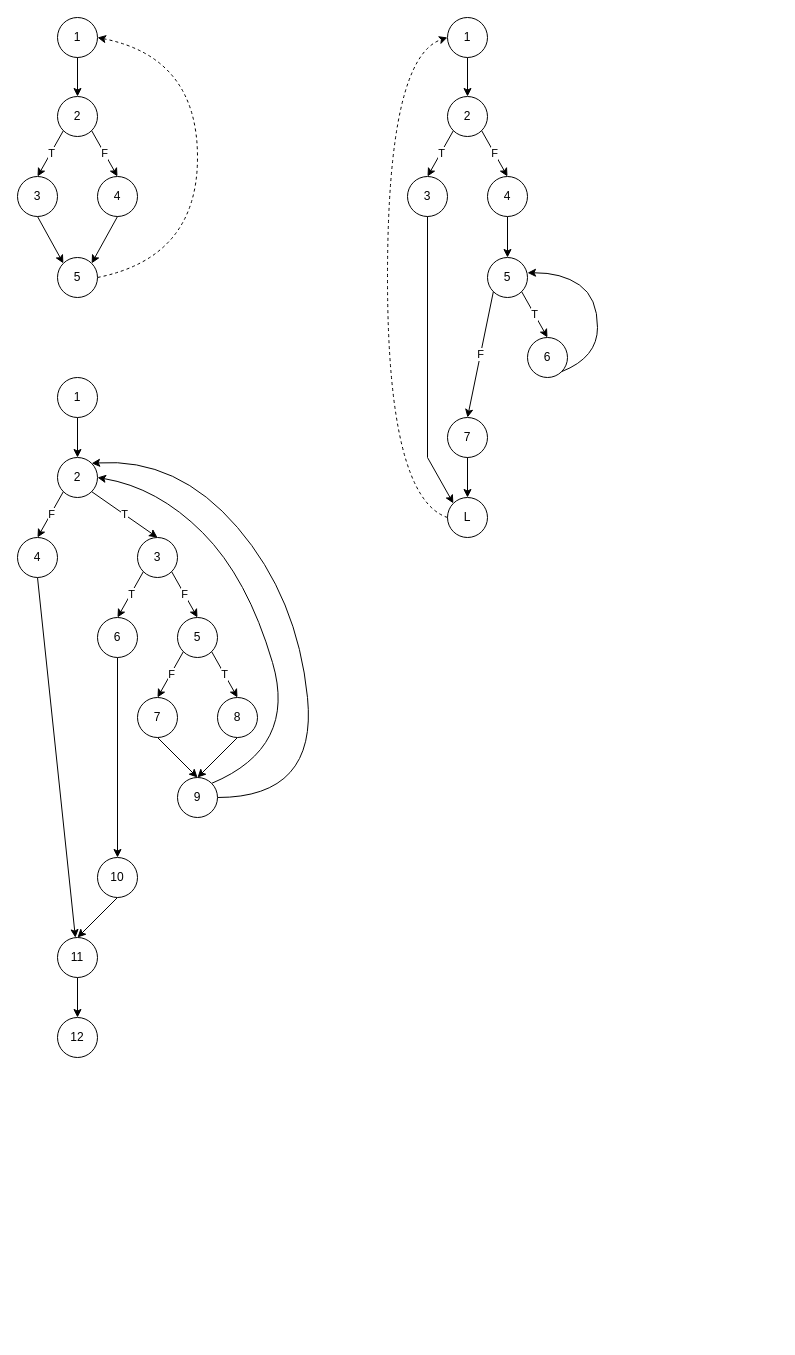
Above: DiagramasContornos.drawio in XurxoMF/XurxoMF (draw.io), before the change. Source tidied: cells renumbered, new cells numbered last; positions are measured from the earlier drawing's top-left corner, leaving out a move shared by most shapes. Both pictures are drawn from the tidied source at 100%, with x=0, y=0 at pixel (17, 17).
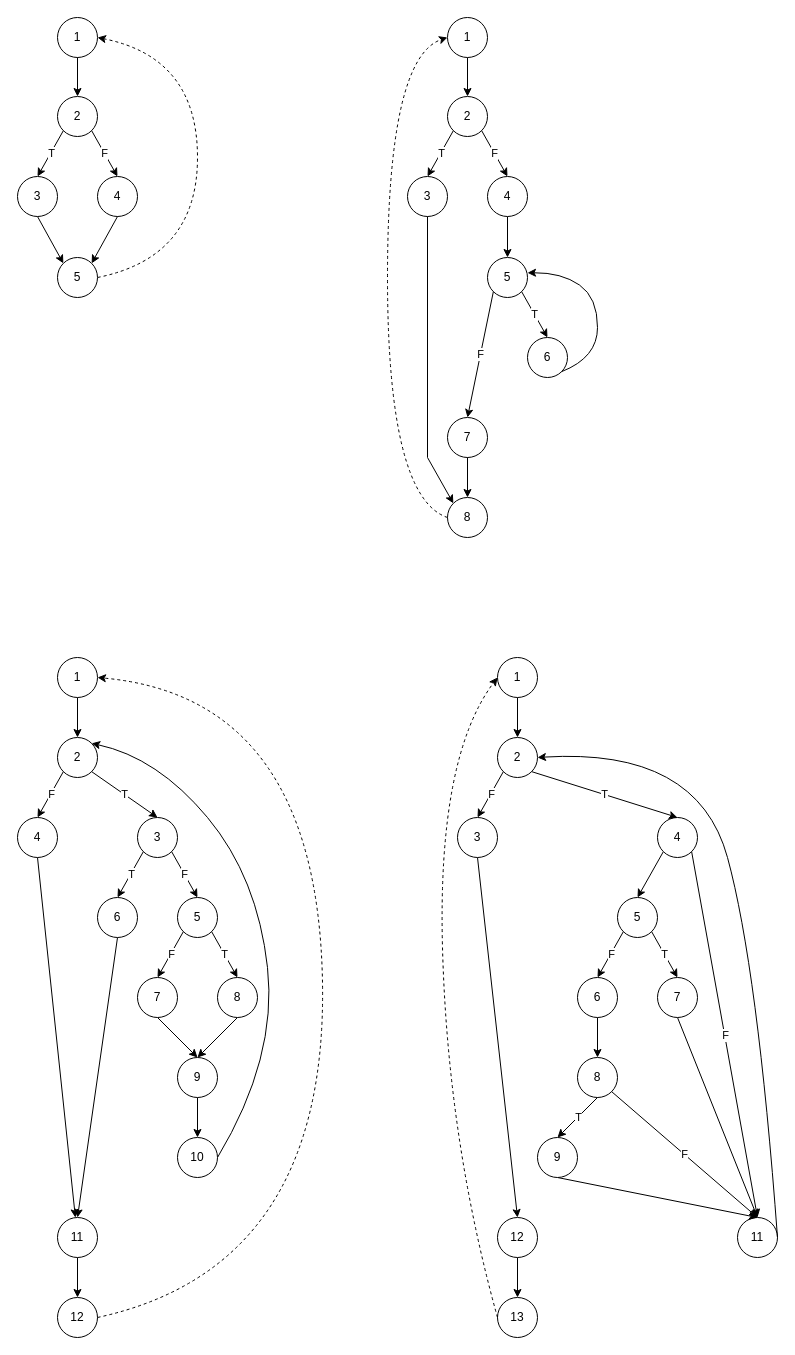
Above is the later version.

Diff of the diagram source:
```diff
@@
-    <mxCell id="15" value="L" style="ellipse;whiteSpace=wrap;html=1;" parent="1" vertex="1">
+    <mxCell id="15" value="8" style="ellipse;whiteSpace=wrap;html=1;" parent="1" vertex="1">
       <mxGeometry x="430" y="480" width="40" height="40" as="geometry" />
     </mxCell>
@@
     <mxCell id="38" value="1" style="ellipse;whiteSpace=wrap;html=1;" parent="1" vertex="1">
-      <mxGeometry x="40" y="360" width="40" height="40" as="geometry" />
+      <mxGeometry x="40" y="640" width="40" height="40" as="geometry" />
     </mxCell>
     <mxCell id="39" value="2" style="ellipse;whiteSpace=wrap;html=1;" parent="1" vertex="1">
-      <mxGeometry x="40" y="440" width="40" height="40" as="geometry" />
+      <mxGeometry x="40" y="720" width="40" height="40" as="geometry" />
     </mxCell>
     <mxCell id="40" value="3" style="ellipse;whiteSpace=wrap;html=1;" parent="1" vertex="1">
-      <mxGeometry x="120" y="520" width="40" height="40" as="geometry" />
+      <mxGeometry x="120" y="800" width="40" height="40" as="geometry" />
     </mxCell>
     <mxCell id="41" value="12" style="ellipse;whiteSpace=wrap;html=1;" parent="1" vertex="1">
-      <mxGeometry x="40" y="1000" width="40" height="40" as="geometry" />
+      <mxGeometry x="40" y="1280" width="40" height="40" as="geometry" />
     </mxCell>
@@
     <mxCell id="43" value="4" style="ellipse;whiteSpace=wrap;html=1;" parent="1" vertex="1">
-      <mxGeometry y="520" width="40" height="40" as="geometry" />
+      <mxGeometry y="800" width="40" height="40" as="geometry" />
     </mxCell>
@@
     <mxCell id="49" value="11" style="ellipse;whiteSpace=wrap;html=1;" parent="1" vertex="1">
-      <mxGeometry x="40" y="920" width="40" height="40" as="geometry" />
+      <mxGeometry x="40" y="1200" width="40" height="40" as="geometry" />
     </mxCell>
-    <mxCell id="50" style="edgeStyle=none;rounded=0;jettySize=auto;html=1;exitX=0.5;exitY=1;exitDx=0;exitDy=0;entryX=0.5;entryY=0;entryDx=0;entryDy=0;" parent="1" edge="1" source="51" target="58">
+    <mxCell id="50" style="edgeStyle=none;rounded=0;jettySize=auto;html=1;exitX=0.5;exitY=1;exitDx=0;exitDy=0;entryX=0.5;entryY=0;entryDx=0;entryDy=0;" parent="1" edge="1" source="51" target="49">
       <mxGeometry relative="1" as="geometry" />
     </mxCell>
     <mxCell id="51" value="6" style="ellipse;whiteSpace=wrap;html=1;" parent="1" vertex="1">
-      <mxGeometry x="80" y="600" width="40" height="40" as="geometry" />
+      <mxGeometry x="80" y="880" width="40" height="40" as="geometry" />
     </mxCell>
     <mxCell id="52" value="5" style="ellipse;whiteSpace=wrap;html=1;" parent="1" vertex="1">
-      <mxGeometry x="160" y="600" width="40" height="40" as="geometry" />
+      <mxGeometry x="160" y="880" width="40" height="40" as="geometry" />
     </mxCell>
@@
-    <mxCell id="57" style="edgeStyle=none;rounded=0;jettySize=auto;html=1;exitX=0.5;exitY=1;exitDx=0;exitDy=0;entryX=0.5;entryY=0;entryDx=0;entryDy=0;" parent="1" edge="1" source="58" target="49">
-      <mxGeometry relative="1" as="geometry" />
-    </mxCell>
-    <mxCell id="58" value="10" style="ellipse;whiteSpace=wrap;html=1;" parent="1" vertex="1">
-      <mxGeometry x="80" y="840" width="40" height="40" as="geometry" />
-    </mxCell>
@@
     <mxCell id="60" value="7" style="ellipse;whiteSpace=wrap;html=1;" parent="1" vertex="1">
-      <mxGeometry x="120" y="680" width="40" height="40" as="geometry" />
+      <mxGeometry x="120" y="960" width="40" height="40" as="geometry" />
     </mxCell>
     <mxCell id="61" style="edgeStyle=none;rounded=0;jettySize=auto;html=1;exitX=0.5;exitY=1;exitDx=0;exitDy=0;" parent="1" edge="1" source="62">
       <mxGeometry relative="1" as="geometry">
-        <mxPoint x="180" y="760" as="targetPoint" />
+        <mxPoint x="180" y="1040" as="targetPoint" />
       </mxGeometry>
     </mxCell>
     <mxCell id="62" value="8" style="ellipse;whiteSpace=wrap;html=1;" parent="1" vertex="1">
-      <mxGeometry x="200" y="680" width="40" height="40" as="geometry" />
+      <mxGeometry x="200" y="960" width="40" height="40" as="geometry" />
     </mxCell>
@@
-    <mxCell id="67" style="curved=1;endArrow=classic;html=1;rounded=0;exitX=1;exitY=0;exitDx=0;exitDy=0;entryX=1;entryY=0.5;entryDx=0;entryDy=0;" parent="1" edge="1" source="69" target="39">
-      <mxGeometry relative="1" as="geometry">
-        <Array as="points">
-          <mxPoint x="280" y="730" />
-          <mxPoint x="230" y="560" />
-          <mxPoint x="140" y="470" />
-        </Array>
-      </mxGeometry>
-    </mxCell>
-    <mxCell id="68" style="curved=1;endArrow=classic;html=1;rounded=0;exitX=1;exitY=0.5;exitDx=0;exitDy=0;entryX=1;entryY=0;entryDx=0;entryDy=0;" parent="1" edge="1" source="69" target="39">
+    <mxCell id="68" style="curved=1;endArrow=classic;html=1;rounded=0;exitX=1;exitY=0.5;exitDx=0;exitDy=0;entryX=1;entryY=0;entryDx=0;entryDy=0;" parent="1" edge="1" source="58" target="39">
       <mxGeometry relative="1" as="geometry">
         <Array as="points">
-          <mxPoint x="300" y="780" />
-          <mxPoint x="280" y="580" />
-          <mxPoint x="160" y="440" />
+          <mxPoint x="260" y="1040" />
+          <mxPoint x="240" y="860" />
+          <mxPoint x="140" y="740" />
         </Array>
       </mxGeometry>
     </mxCell>
+    <mxCell id="70" style="edgeStyle=none;rounded=0;jettySize=auto;html=1;exitX=0.5;exitY=1;exitDx=0;exitDy=0;entryX=0.5;entryY=0;entryDx=0;entryDy=0;" parent="1" edge="1" source="69" target="58">
+      <mxGeometry relative="1" as="geometry" />
+    </mxCell>
     <mxCell id="69" value="9" style="ellipse;whiteSpace=wrap;html=1;" parent="1" vertex="1">
-      <mxGeometry x="160" y="760" width="40" height="40" as="geometry" />
+      <mxGeometry x="160" y="1040" width="40" height="40" as="geometry" />
     </mxCell>
+    <mxCell id="71" style="curved=1;endArrow=classic;html=1;rounded=0;exitX=1;exitY=0.5;exitDx=0;exitDy=0;entryX=1;entryY=0.5;entryDx=0;entryDy=0;dashed=1;" parent="1" edge="1" source="41" target="38">
+      <mxGeometry relative="1" as="geometry">
+        <Array as="points">
+          <mxPoint x="310" y="1250" />
+          <mxPoint x="300" y="680" />
+        </Array>
+      </mxGeometry>
+    </mxCell>
+    <mxCell id="72" style="edgeStyle=orthogonalEdgeStyle;rounded=0;jettySize=auto;html=1;exitX=0.5;exitY=1;exitDx=0;exitDy=0;entryX=0.5;entryY=0;entryDx=0;entryDy=0;" parent="1" edge="1" source="73" target="74">
+      <mxGeometry relative="1" as="geometry" />
+    </mxCell>
+    <mxCell id="73" value="1" style="ellipse;whiteSpace=wrap;html=1;" parent="1" vertex="1">
+      <mxGeometry x="480" y="640" width="40" height="40" as="geometry" />
+    </mxCell>
+    <mxCell id="74" value="2" style="ellipse;whiteSpace=wrap;html=1;" parent="1" vertex="1">
+      <mxGeometry x="480" y="720" width="40" height="40" as="geometry" />
+    </mxCell>
+    <mxCell id="75" style="rounded=0;jettySize=auto;html=1;exitX=0.5;exitY=1;exitDx=0;exitDy=0;entryX=0.5;entryY=0;entryDx=0;entryDy=0;" parent="1" edge="1" source="76" target="80">
+      <mxGeometry relative="1" as="geometry" />
+    </mxCell>
+    <mxCell id="76" value="3" style="ellipse;whiteSpace=wrap;html=1;" parent="1" vertex="1">
+      <mxGeometry x="440" y="800" width="40" height="40" as="geometry" />
+    </mxCell>
+    <mxCell id="77" style="edgeStyle=none;rounded=0;jettySize=auto;html=1;exitX=0;exitY=1;exitDx=0;exitDy=0;entryX=0.5;entryY=0;entryDx=0;entryDy=0;" parent="1" edge="1" source="78" target="89">
+      <mxGeometry relative="1" as="geometry" />
+    </mxCell>
+    <mxCell id="78" value="4" style="ellipse;whiteSpace=wrap;html=1;" parent="1" vertex="1">
+      <mxGeometry x="640" y="800" width="40" height="40" as="geometry" />
+    </mxCell>
+    <mxCell id="79" style="rounded=0;jettySize=auto;html=1;exitX=0.5;exitY=1;exitDx=0;exitDy=0;" parent="1" edge="1" source="80" target="81">
+      <mxGeometry relative="1" as="geometry" />
+    </mxCell>
+    <mxCell id="80" value="12" style="ellipse;whiteSpace=wrap;html=1;" parent="1" vertex="1">
+      <mxGeometry x="480" y="1200" width="40" height="40" as="geometry" />
+    </mxCell>
+    <mxCell id="81" value="13" style="ellipse;whiteSpace=wrap;html=1;" parent="1" vertex="1">
+      <mxGeometry x="480" y="1280" width="40" height="40" as="geometry" />
+    </mxCell>
+    <mxCell id="82" style="endArrow=classic;html=1;rounded=0;exitX=0;exitY=1;exitDx=0;exitDy=0;entryX=0.5;entryY=0;entryDx=0;entryDy=0;" parent="1" edge="1" source="74" target="76">
+      <mxGeometry relative="1" as="geometry" />
+    </mxCell>
+    <mxCell id="83" value="F" style="edgeLabel;html=1;align=center;verticalAlign=middle;" parent="82" vertex="1">
+      <mxGeometry relative="1" as="geometry" />
+    </mxCell>
+    <mxCell id="84" style="endArrow=classic;html=1;rounded=0;exitX=1;exitY=1;exitDx=0;exitDy=0;entryX=0.5;entryY=0;entryDx=0;entryDy=0;" parent="1" edge="1" source="74" target="78">
+      <mxGeometry relative="1" as="geometry" />
+    </mxCell>
+    <mxCell id="85" value="T" style="edgeLabel;html=1;align=center;verticalAlign=middle;" parent="84" vertex="1">
+      <mxGeometry relative="1" as="geometry" />
+    </mxCell>
+    <mxCell id="58" value="10" style="ellipse;whiteSpace=wrap;html=1;" parent="1" vertex="1">
+      <mxGeometry x="160" y="1120" width="40" height="40" as="geometry" />
+    </mxCell>
+    <mxCell id="86" style="endArrow=classic;html=1;rounded=0;exitX=1;exitY=1;exitDx=0;exitDy=0;entryX=0.5;entryY=0;entryDx=0;entryDy=0;" parent="1" edge="1" source="78" target="88">
+      <mxGeometry relative="1" as="geometry" />
+    </mxCell>
+    <mxCell id="87" value="F" style="edgeLabel;html=1;align=center;verticalAlign=middle;" parent="86" vertex="1">
+      <mxGeometry relative="1" as="geometry" />
+    </mxCell>
+    <mxCell id="88" value="11" style="ellipse;whiteSpace=wrap;html=1;" parent="1" vertex="1">
+      <mxGeometry x="720" y="1200" width="40" height="40" as="geometry" />
+    </mxCell>
+    <mxCell id="89" value="5" style="ellipse;whiteSpace=wrap;html=1;" parent="1" vertex="1">
+      <mxGeometry x="600" y="880" width="40" height="40" as="geometry" />
+    </mxCell>
+    <mxCell id="90" style="endArrow=classic;html=1;rounded=0;exitX=1;exitY=1;exitDx=0;exitDy=0;entryX=0.5;entryY=0;entryDx=0;entryDy=0;" parent="1" edge="1" source="89" target="93">
+      <mxGeometry relative="1" as="geometry" />
+    </mxCell>
+    <mxCell id="91" value="T" style="edgeLabel;html=1;align=center;verticalAlign=middle;" parent="90" vertex="1">
+      <mxGeometry relative="1" as="geometry" />
+    </mxCell>
+    <mxCell id="92" style="edgeStyle=none;rounded=0;jettySize=auto;html=1;exitX=0.5;exitY=1;exitDx=0;exitDy=0;entryX=0.5;entryY=0;entryDx=0;entryDy=0;" parent="1" edge="1" source="93" target="88">
+      <mxGeometry relative="1" as="geometry" />
+    </mxCell>
+    <mxCell id="93" value="7" style="ellipse;whiteSpace=wrap;html=1;" parent="1" vertex="1">
+      <mxGeometry x="640" y="960" width="40" height="40" as="geometry" />
+    </mxCell>
+    <mxCell id="94" style="edgeStyle=none;rounded=0;jettySize=auto;html=1;exitX=0.5;exitY=1;exitDx=0;exitDy=0;entryX=0.5;entryY=0;entryDx=0;entryDy=0;" parent="1" edge="1" source="95" target="98">
+      <mxGeometry relative="1" as="geometry" />
+    </mxCell>
+    <mxCell id="95" value="6" style="ellipse;whiteSpace=wrap;html=1;" parent="1" vertex="1">
+      <mxGeometry x="560" y="960" width="40" height="40" as="geometry" />
+    </mxCell>
+    <mxCell id="96" style="endArrow=classic;html=1;rounded=0;exitX=0;exitY=1;exitDx=0;exitDy=0;entryX=0.5;entryY=0;entryDx=0;entryDy=0;" parent="1" edge="1" source="89" target="95">
+      <mxGeometry relative="1" as="geometry" />
+    </mxCell>
+    <mxCell id="97" value="F" style="edgeLabel;html=1;align=center;verticalAlign=middle;" parent="96" vertex="1">
+      <mxGeometry relative="1" as="geometry" />
+    </mxCell>
+    <mxCell id="98" value="8" style="ellipse;whiteSpace=wrap;html=1;" parent="1" vertex="1">
+      <mxGeometry x="560" y="1040" width="40" height="40" as="geometry" />
+    </mxCell>
+    <mxCell id="99" style="edgeStyle=none;rounded=0;jettySize=auto;html=1;exitX=0.5;exitY=1;exitDx=0;exitDy=0;entryX=0.5;entryY=0;entryDx=0;entryDy=0;" parent="1" edge="1" source="100" target="88">
+      <mxGeometry relative="1" as="geometry" />
+    </mxCell>
+    <mxCell id="100" value="9" style="ellipse;whiteSpace=wrap;html=1;" parent="1" vertex="1">
+      <mxGeometry x="520" y="1120" width="40" height="40" as="geometry" />
+    </mxCell>
+    <mxCell id="101" style="endArrow=classic;html=1;rounded=0;exitX=0.5;exitY=1;exitDx=0;exitDy=0;entryX=0.5;entryY=0;entryDx=0;entryDy=0;" parent="1" edge="1" source="98" target="100">
+      <mxGeometry relative="1" as="geometry" />
+    </mxCell>
+    <mxCell id="102" value="T" style="edgeLabel;html=1;align=center;verticalAlign=middle;" parent="101" vertex="1">
+      <mxGeometry relative="1" as="geometry" />
+    </mxCell>
+    <mxCell id="103" style="endArrow=classic;html=1;rounded=0;exitX=1;exitY=1;exitDx=0;exitDy=0;entryX=0.5;entryY=0;entryDx=0;entryDy=0;" parent="1" edge="1" source="98" target="88">
+      <mxGeometry relative="1" as="geometry" />
+    </mxCell>
+    <mxCell id="104" value="F" style="edgeLabel;html=1;align=center;verticalAlign=middle;" parent="103" vertex="1">
+      <mxGeometry relative="1" as="geometry" />
+    </mxCell>
+    <mxCell id="105" style="curved=1;endArrow=classic;html=1;rounded=0;exitX=1;exitY=0.5;exitDx=0;exitDy=0;entryX=1;entryY=0.5;entryDx=0;entryDy=0;" parent="1" edge="1" source="88" target="74">
+      <mxGeometry relative="1" as="geometry">
+        <Array as="points">
+          <mxPoint x="740" y="950" />
+          <mxPoint x="680" y="730" />
+        </Array>
+      </mxGeometry>
+    </mxCell>
+    <mxCell id="106" style="curved=1;endArrow=classic;html=1;rounded=0;exitX=0;exitY=0.5;exitDx=0;exitDy=0;entryX=0;entryY=0.5;entryDx=0;entryDy=0;dashed=1;" parent="1" edge="1" source="81" target="73">
+      <mxGeometry relative="1" as="geometry">
+        <Array as="points">
+          <mxPoint x="430" y="1120" />
+          <mxPoint x="420" y="740" />
+        </Array>
+      </mxGeometry>
+    </mxCell>
```
